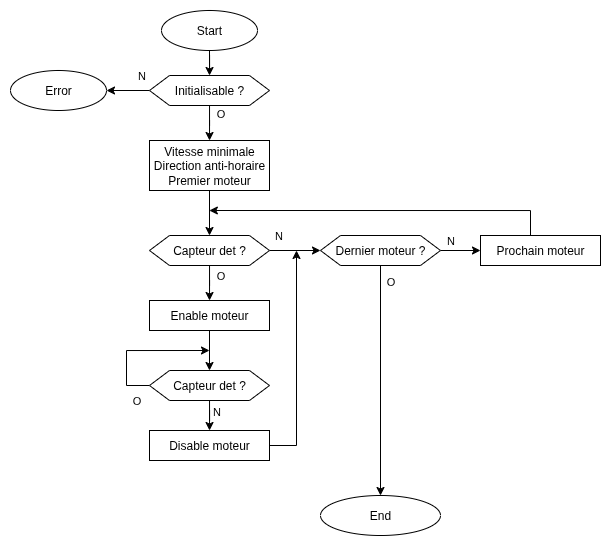
The draw.io diagram doc/images/init_sequence.drawio.png in Schokiiiiiiii/csn26, before a commit. Source tidied: cells renumbered, new cells last; positions are measured from the earlier drawing's top-left corner, leaving out a move shared by most shapes.
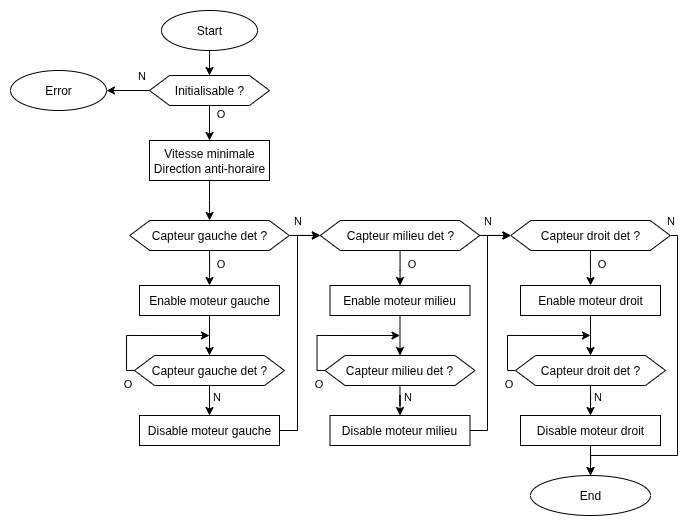
The same diagram one commit later.

What changed in the source:
```diff
@@ -11,121 +11,227 @@
     <mxCell id="4" style="edgeStyle=orthogonalEdgeStyle;rounded=0;jettySize=auto;html=1;" parent="1" edge="1" source="8" target="9">
       <mxGeometry relative="1" as="geometry" />
     </mxCell>
-    <mxCell id="5" value="N" style="edgeLabel;html=1;align=center;verticalAlign=middle;" parent="4" vertex="1">
-      <mxGeometry x="-0.56" y="2" relative="1" as="geometry">
-        <mxPoint x="1" y="-17" as="offset" />
-      </mxGeometry>
-    </mxCell>
-    <mxCell id="6" style="edgeStyle=orthogonalEdgeStyle;rounded=0;jettySize=auto;html=1;" parent="1" edge="1" source="8" target="33">
-      <mxGeometry relative="1" as="geometry" />
-    </mxCell>
-    <mxCell id="7" value="O" style="edgeLabel;html=1;align=center;verticalAlign=middle;" parent="6" vertex="1">
-      <mxGeometry x="-0.51" y="-1" relative="1" as="geometry">
-        <mxPoint x="12" y="-3" as="offset" />
-      </mxGeometry>
-    </mxCell>
+    <mxCell id="34" value="N" style="edgeLabel;html=1;align=center;verticalAlign=middle;" parent="4" vertex="1">
+      <mxGeometry x="-0.56" y="2" relative="1" as="geometry">
+        <mxPoint x="1" y="-17" as="offset" />
+      </mxGeometry>
+    </mxCell>
+    <mxCell id="35" style="edgeStyle=orthogonalEdgeStyle;rounded=0;jettySize=auto;html=1;" parent="1" edge="1" source="8" target="52">
+      <mxGeometry relative="1" as="geometry" />
+    </mxCell>
+    <mxCell id="36" value="O" style="edgeLabel;html=1;align=center;verticalAlign=middle;" parent="35" vertex="1">
+      <mxGeometry x="-0.51" y="-1" relative="1" as="geometry">
+        <mxPoint x="12" y="-3" as="offset" />
+      </mxGeometry>
+    </mxCell>
     <mxCell id="8" value="Initialisable ?" style="shape=hexagon;perimeter=hexagonPerimeter2;whiteSpace=wrap;html=1;fixedSize=1;" parent="1" vertex="1">
       <mxGeometry x="139" y="65" width="120" height="30" as="geometry" />
     </mxCell>
     <mxCell id="9" value="Error" style="ellipse;whiteSpace=wrap;html=1;" parent="1" vertex="1">
       <mxGeometry y="60" width="96" height="40" as="geometry" />
     </mxCell>
-    <mxCell id="10" style="edgeStyle=orthogonalEdgeStyle;rounded=0;jettySize=auto;html=1;" parent="1" edge="1" source="14" target="21">
-      <mxGeometry relative="1" as="geometry" />
-    </mxCell>
-    <mxCell id="11" value="N" style="edgeLabel;html=1;align=center;verticalAlign=middle;" parent="10" vertex="1">
-      <mxGeometry x="-0.76" y="-1" relative="1" as="geometry">
-        <mxPoint x="2" y="-16" as="offset" />
-      </mxGeometry>
-    </mxCell>
-    <mxCell id="12" style="edgeStyle=orthogonalEdgeStyle;rounded=0;jettySize=auto;html=1;" parent="1" edge="1" source="14" target="24">
-      <mxGeometry relative="1" as="geometry" />
-    </mxCell>
-    <mxCell id="13" value="O" style="edgeLabel;html=1;align=center;verticalAlign=middle;" parent="12" vertex="1">
-      <mxGeometry x="0.26" relative="1" as="geometry">
-        <mxPoint x="11" y="-9" as="offset" />
-      </mxGeometry>
-    </mxCell>
-    <mxCell id="14" value="Capteur det ?" style="shape=hexagon;perimeter=hexagonPerimeter2;whiteSpace=wrap;html=1;fixedSize=1;" parent="1" vertex="1">
-      <mxGeometry x="139" y="225" width="120" height="30" as="geometry" />
-    </mxCell>
-    <mxCell id="15" style="edgeStyle=orthogonalEdgeStyle;rounded=0;jettySize=auto;html=1;" parent="1" edge="1" source="16">
-      <mxGeometry relative="1" as="geometry">
-        <mxPoint x="198.9" y="200" as="targetPoint" />
-        <Array as="points">
-          <mxPoint x="520" y="200" />
-        </Array>
-      </mxGeometry>
-    </mxCell>
-    <mxCell id="16" value="Prochain moteur" style="rounded=0;whiteSpace=wrap;html=1;" parent="1" vertex="1">
-      <mxGeometry x="470" y="225" width="120" height="30" as="geometry" />
-    </mxCell>
-    <mxCell id="17" style="edgeStyle=orthogonalEdgeStyle;rounded=0;jettySize=auto;html=1;" parent="1" edge="1" source="21" target="22">
-      <mxGeometry relative="1" as="geometry" />
-    </mxCell>
-    <mxCell id="18" value="O" style="edgeLabel;html=1;align=center;verticalAlign=middle;" parent="17" vertex="1">
-      <mxGeometry x="-0.87" y="-1" relative="1" as="geometry">
-        <mxPoint x="11" as="offset" />
-      </mxGeometry>
-    </mxCell>
-    <mxCell id="19" style="edgeStyle=orthogonalEdgeStyle;rounded=0;jettySize=auto;html=1;" parent="1" edge="1" source="21" target="16">
-      <mxGeometry relative="1" as="geometry" />
-    </mxCell>
-    <mxCell id="20" value="N" style="edgeLabel;html=1;align=center;verticalAlign=middle;" parent="19" vertex="1">
-      <mxGeometry x="0.21" relative="1" as="geometry">
-        <mxPoint x="-14" y="-10" as="offset" />
-      </mxGeometry>
-    </mxCell>
-    <mxCell id="21" value="Dernier moteur ?" style="shape=hexagon;perimeter=hexagonPerimeter2;whiteSpace=wrap;html=1;fixedSize=1;" parent="1" vertex="1">
-      <mxGeometry x="310" y="225" width="120" height="30" as="geometry" />
-    </mxCell>
+    <mxCell id="37" style="edgeStyle=orthogonalEdgeStyle;rounded=0;jettySize=auto;html=1;" parent="1" edge="1" source="41">
+      <mxGeometry relative="1" as="geometry">
+        <mxPoint x="310" y="225" as="targetPoint" />
+      </mxGeometry>
+    </mxCell>
+    <mxCell id="38" value="N" style="edgeLabel;html=1;align=center;verticalAlign=middle;" parent="37" vertex="1">
+      <mxGeometry x="-0.76" y="-1" relative="1" as="geometry">
+        <mxPoint x="2" y="-16" as="offset" />
+      </mxGeometry>
+    </mxCell>
+    <mxCell id="39" style="edgeStyle=orthogonalEdgeStyle;rounded=0;jettySize=auto;html=1;" parent="1" edge="1" source="41" target="44">
+      <mxGeometry relative="1" as="geometry" />
+    </mxCell>
+    <mxCell id="40" value="O" style="edgeLabel;html=1;align=center;verticalAlign=middle;" parent="39" vertex="1">
+      <mxGeometry x="0.26" relative="1" as="geometry">
+        <mxPoint x="11" y="-9" as="offset" />
+      </mxGeometry>
+    </mxCell>
+    <mxCell id="41" value="Capteur gauche det ?" style="shape=hexagon;perimeter=hexagonPerimeter2;whiteSpace=wrap;html=1;fixedSize=1;" parent="1" vertex="1">
+      <mxGeometry x="119.2" y="210" width="159.5" height="30" as="geometry" />
+    </mxCell>
+    <mxCell id="42" style="edgeStyle=orthogonalEdgeStyle;rounded=0;jettySize=auto;html=1;" parent="1" edge="1" source="80" target="22">
+      <mxGeometry relative="1" as="geometry" />
+    </mxCell>
     <mxCell id="22" value="End" style="ellipse;whiteSpace=wrap;html=1;" parent="1" vertex="1">
-      <mxGeometry x="310" y="485" width="120" height="40" as="geometry" />
+      <mxGeometry x="520" y="465" width="120" height="40" as="geometry" />
     </mxCell>
-    <mxCell id="23" style="edgeStyle=orthogonalEdgeStyle;rounded=0;jettySize=auto;html=1;" parent="1" edge="1" source="24" target="29">
-      <mxGeometry relative="1" as="geometry" />
-    </mxCell>
-    <mxCell id="24" value="Enable moteur" style="rounded=0;whiteSpace=wrap;html=1;" parent="1" vertex="1">
-      <mxGeometry x="139" y="290" width="120" height="30" as="geometry" />
-    </mxCell>
-    <mxCell id="25" style="edgeStyle=orthogonalEdgeStyle;rounded=0;jettySize=auto;html=1;" parent="1" edge="1" source="29">
-      <mxGeometry relative="1" as="geometry">
-        <mxPoint x="199" y="340" as="targetPoint" />
-        <Array as="points">
-          <mxPoint x="116" y="375" />
-          <mxPoint x="116" y="340" />
-        </Array>
-      </mxGeometry>
-    </mxCell>
-    <mxCell id="26" value="O" style="edgeLabel;html=1;align=center;verticalAlign=middle;" parent="25" vertex="1">
-      <mxGeometry x="-0.81" y="-1" relative="1" as="geometry">
-        <mxPoint y="16" as="offset" />
-      </mxGeometry>
-    </mxCell>
-    <mxCell id="27" style="edgeStyle=orthogonalEdgeStyle;rounded=0;jettySize=auto;html=1;" parent="1" edge="1" source="29" target="31">
-      <mxGeometry relative="1" as="geometry" />
-    </mxCell>
-    <mxCell id="28" value="N" style="edgeLabel;html=1;align=center;verticalAlign=middle;" parent="27" vertex="1">
-      <mxGeometry x="-0.58" relative="1" as="geometry">
-        <mxPoint x="7" as="offset" />
-      </mxGeometry>
-    </mxCell>
-    <mxCell id="29" value="Capteur det ?" style="shape=hexagon;perimeter=hexagonPerimeter2;whiteSpace=wrap;html=1;fixedSize=1;" parent="1" vertex="1">
-      <mxGeometry x="139" y="360" width="120" height="30" as="geometry" />
-    </mxCell>
-    <mxCell id="30" style="edgeStyle=orthogonalEdgeStyle;rounded=0;jettySize=auto;html=1;" parent="1" edge="1" source="31">
-      <mxGeometry relative="1" as="geometry">
-        <mxPoint x="286" y="240" as="targetPoint" />
-      </mxGeometry>
-    </mxCell>
-    <mxCell id="31" value="Disable moteur" style="rounded=0;whiteSpace=wrap;html=1;" parent="1" vertex="1">
-      <mxGeometry x="139" y="420" width="120" height="30" as="geometry" />
-    </mxCell>
-    <mxCell id="32" style="edgeStyle=orthogonalEdgeStyle;rounded=0;jettySize=auto;html=1;" parent="1" edge="1" source="33" target="14">
-      <mxGeometry relative="1" as="geometry" />
-    </mxCell>
-    <mxCell id="33" value="&lt;div&gt;&lt;div&gt;Vitesse minimale&lt;/div&gt;&lt;div&gt;Direction anti-horaire&lt;/div&gt;&lt;/div&gt;&lt;div&gt;Premier moteur&lt;/div&gt;" style="rounded=0;whiteSpace=wrap;html=1;" parent="1" vertex="1">
-      <mxGeometry x="139" y="130" width="120" height="50" as="geometry" />
-    </mxCell>
+    <mxCell id="43" style="edgeStyle=orthogonalEdgeStyle;rounded=0;jettySize=auto;html=1;" parent="1" edge="1" source="44" target="49">
+      <mxGeometry relative="1" as="geometry" />
+    </mxCell>
+    <mxCell id="44" value="Enable moteur gauche" style="rounded=0;whiteSpace=wrap;html=1;" parent="1" vertex="1">
+      <mxGeometry x="129" y="275" width="140" height="30" as="geometry" />
+    </mxCell>
+    <mxCell id="45" style="edgeStyle=orthogonalEdgeStyle;rounded=0;jettySize=auto;html=1;" parent="1" edge="1" source="49">
+      <mxGeometry relative="1" as="geometry">
+        <mxPoint x="199" y="325" as="targetPoint" />
+        <Array as="points">
+          <mxPoint x="116" y="360" />
+          <mxPoint x="116" y="325" />
+        </Array>
+      </mxGeometry>
+    </mxCell>
+    <mxCell id="46" value="O" style="edgeLabel;html=1;align=center;verticalAlign=middle;" parent="45" vertex="1">
+      <mxGeometry x="-0.81" y="-1" relative="1" as="geometry">
+        <mxPoint y="16" as="offset" />
+      </mxGeometry>
+    </mxCell>
+    <mxCell id="47" style="edgeStyle=orthogonalEdgeStyle;rounded=0;jettySize=auto;html=1;" parent="1" edge="1" source="49">
+      <mxGeometry relative="1" as="geometry">
+        <mxPoint x="199" y="405" as="targetPoint" />
+      </mxGeometry>
+    </mxCell>
+    <mxCell id="48" value="N" style="edgeLabel;html=1;align=center;verticalAlign=middle;" parent="47" vertex="1">
+      <mxGeometry x="-0.58" relative="1" as="geometry">
+        <mxPoint x="7" as="offset" />
+      </mxGeometry>
+    </mxCell>
+    <mxCell id="49" value="Capteur gauche det ?" style="shape=hexagon;perimeter=hexagonPerimeter2;whiteSpace=wrap;html=1;fixedSize=1;" parent="1" vertex="1">
+      <mxGeometry x="124" y="345" width="150" height="30" as="geometry" />
+    </mxCell>
+    <mxCell id="50" style="edgeStyle=orthogonalEdgeStyle;rounded=0;jettySize=auto;html=1;entryX=0;entryY=0.5;entryDx=0;entryDy=0;" parent="1" edge="1" source="78" target="57">
+      <mxGeometry relative="1" as="geometry">
+        <Array as="points">
+          <mxPoint x="287" y="420" />
+          <mxPoint x="287" y="225" />
+        </Array>
+      </mxGeometry>
+    </mxCell>
+    <mxCell id="51" style="edgeStyle=orthogonalEdgeStyle;rounded=0;jettySize=auto;html=1;" parent="1" edge="1" source="52" target="41">
+      <mxGeometry relative="1" as="geometry" />
+    </mxCell>
+    <mxCell id="52" value="&lt;div&gt;&lt;div&gt;Vitesse minimale&lt;/div&gt;&lt;div&gt;Direction anti-horaire&lt;/div&gt;&lt;/div&gt;" style="rounded=0;whiteSpace=wrap;html=1;" parent="1" vertex="1">
+      <mxGeometry x="139" y="130" width="120" height="40" as="geometry" />
+    </mxCell>
+    <mxCell id="53" style="edgeStyle=orthogonalEdgeStyle;rounded=0;jettySize=auto;html=1;" parent="1" edge="1" source="57">
+      <mxGeometry relative="1" as="geometry">
+        <mxPoint x="500.5" y="225" as="targetPoint" />
+      </mxGeometry>
+    </mxCell>
+    <mxCell id="54" value="N" style="edgeLabel;html=1;align=center;verticalAlign=middle;" parent="53" vertex="1">
+      <mxGeometry x="-0.76" y="-1" relative="1" as="geometry">
+        <mxPoint x="2" y="-16" as="offset" />
+      </mxGeometry>
+    </mxCell>
+    <mxCell id="55" style="edgeStyle=orthogonalEdgeStyle;rounded=0;jettySize=auto;html=1;" parent="1" edge="1" source="57" target="59">
+      <mxGeometry relative="1" as="geometry" />
+    </mxCell>
+    <mxCell id="56" value="O" style="edgeLabel;html=1;align=center;verticalAlign=middle;" parent="55" vertex="1">
+      <mxGeometry x="0.26" relative="1" as="geometry">
+        <mxPoint x="11" y="-9" as="offset" />
+      </mxGeometry>
+    </mxCell>
+    <mxCell id="57" value="Capteur milieu det ?" style="shape=hexagon;perimeter=hexagonPerimeter2;whiteSpace=wrap;html=1;fixedSize=1;" parent="1" vertex="1">
+      <mxGeometry x="309.8" y="210" width="159.5" height="30" as="geometry" />
+    </mxCell>
+    <mxCell id="58" style="edgeStyle=orthogonalEdgeStyle;rounded=0;jettySize=auto;html=1;" parent="1" edge="1" source="59" target="64">
+      <mxGeometry relative="1" as="geometry" />
+    </mxCell>
+    <mxCell id="59" value="Enable moteur milieu" style="rounded=0;whiteSpace=wrap;html=1;" parent="1" vertex="1">
+      <mxGeometry x="319.5" y="275" width="140" height="30" as="geometry" />
+    </mxCell>
+    <mxCell id="60" style="edgeStyle=orthogonalEdgeStyle;rounded=0;jettySize=auto;html=1;" parent="1" edge="1" source="64">
+      <mxGeometry relative="1" as="geometry">
+        <mxPoint x="389.5" y="325" as="targetPoint" />
+        <Array as="points">
+          <mxPoint x="306.5" y="360" />
+          <mxPoint x="306.5" y="325" />
+        </Array>
+      </mxGeometry>
+    </mxCell>
+    <mxCell id="61" value="O" style="edgeLabel;html=1;align=center;verticalAlign=middle;" parent="60" vertex="1">
+      <mxGeometry x="-0.81" y="-1" relative="1" as="geometry">
+        <mxPoint y="16" as="offset" />
+      </mxGeometry>
+    </mxCell>
+    <mxCell id="62" style="edgeStyle=orthogonalEdgeStyle;rounded=0;jettySize=auto;html=1;" parent="1" edge="1" source="64">
+      <mxGeometry relative="1" as="geometry">
+        <mxPoint x="389.5" y="405" as="targetPoint" />
+      </mxGeometry>
+    </mxCell>
+    <mxCell id="63" value="N" style="edgeLabel;html=1;align=center;verticalAlign=middle;" parent="62" vertex="1">
+      <mxGeometry x="-0.58" relative="1" as="geometry">
+        <mxPoint x="7" as="offset" />
+      </mxGeometry>
+    </mxCell>
+    <mxCell id="64" value="Capteur milieu det ?" style="shape=hexagon;perimeter=hexagonPerimeter2;whiteSpace=wrap;html=1;fixedSize=1;" parent="1" vertex="1">
+      <mxGeometry x="314.5" y="345" width="150" height="30" as="geometry" />
+    </mxCell>
+    <mxCell id="65" style="edgeStyle=orthogonalEdgeStyle;rounded=0;jettySize=auto;html=1;entryX=0;entryY=0.5;entryDx=0;entryDy=0;" parent="1" edge="1" source="79" target="70">
+      <mxGeometry relative="1" as="geometry">
+        <Array as="points">
+          <mxPoint x="477" y="420" />
+          <mxPoint x="477" y="225" />
+        </Array>
+      </mxGeometry>
+    </mxCell>
+    <mxCell id="66" style="edgeStyle=orthogonalEdgeStyle;rounded=0;jettySize=auto;html=1;" parent="1" edge="1" source="70" target="22">
+      <mxGeometry relative="1" as="geometry">
+        <Array as="points">
+          <mxPoint x="667" y="225" />
+          <mxPoint x="667" y="445" />
+          <mxPoint x="580" y="445" />
+        </Array>
+      </mxGeometry>
+    </mxCell>
+    <mxCell id="67" value="N" style="edgeLabel;html=1;align=center;verticalAlign=middle;" parent="66" vertex="1">
+      <mxGeometry x="-0.76" y="-1" relative="1" as="geometry">
+        <mxPoint x="-6" y="-48" as="offset" />
+      </mxGeometry>
+    </mxCell>
+    <mxCell id="68" style="edgeStyle=orthogonalEdgeStyle;rounded=0;jettySize=auto;html=1;" parent="1" edge="1" source="70" target="72">
+      <mxGeometry relative="1" as="geometry" />
+    </mxCell>
+    <mxCell id="69" value="O" style="edgeLabel;html=1;align=center;verticalAlign=middle;" parent="68" vertex="1">
+      <mxGeometry x="0.26" relative="1" as="geometry">
+        <mxPoint x="11" y="-9" as="offset" />
+      </mxGeometry>
+    </mxCell>
+    <mxCell id="70" value="Capteur droit det ?" style="shape=hexagon;perimeter=hexagonPerimeter2;whiteSpace=wrap;html=1;fixedSize=1;" parent="1" vertex="1">
+      <mxGeometry x="500.2" y="210" width="159.5" height="30" as="geometry" />
+    </mxCell>
+    <mxCell id="71" style="edgeStyle=orthogonalEdgeStyle;rounded=0;jettySize=auto;html=1;" parent="1" edge="1" source="72" target="77">
+      <mxGeometry relative="1" as="geometry" />
+    </mxCell>
+    <mxCell id="72" value="Enable moteur droit" style="rounded=0;whiteSpace=wrap;html=1;" parent="1" vertex="1">
+      <mxGeometry x="510" y="275" width="140" height="30" as="geometry" />
+    </mxCell>
+    <mxCell id="73" style="edgeStyle=orthogonalEdgeStyle;rounded=0;jettySize=auto;html=1;" parent="1" edge="1" source="77">
+      <mxGeometry relative="1" as="geometry">
+        <mxPoint x="580" y="325" as="targetPoint" />
+        <Array as="points">
+          <mxPoint x="497" y="360" />
+          <mxPoint x="497" y="325" />
+        </Array>
+      </mxGeometry>
+    </mxCell>
+    <mxCell id="74" value="O" style="edgeLabel;html=1;align=center;verticalAlign=middle;" parent="73" vertex="1">
+      <mxGeometry x="-0.81" y="-1" relative="1" as="geometry">
+        <mxPoint y="16" as="offset" />
+      </mxGeometry>
+    </mxCell>
+    <mxCell id="75" style="edgeStyle=orthogonalEdgeStyle;rounded=0;jettySize=auto;html=1;" parent="1" edge="1" source="77">
+      <mxGeometry relative="1" as="geometry">
+        <mxPoint x="580" y="405" as="targetPoint" />
+      </mxGeometry>
+    </mxCell>
+    <mxCell id="76" value="N" style="edgeLabel;html=1;align=center;verticalAlign=middle;" parent="75" vertex="1">
+      <mxGeometry x="-0.58" relative="1" as="geometry">
+        <mxPoint x="7" as="offset" />
+      </mxGeometry>
+    </mxCell>
+    <mxCell id="77" value="Capteur droit&amp;nbsp;det ?" style="shape=hexagon;perimeter=hexagonPerimeter2;whiteSpace=wrap;html=1;fixedSize=1;" parent="1" vertex="1">
+      <mxGeometry x="505" y="345" width="150" height="30" as="geometry" />
+    </mxCell>
+    <mxCell id="78" value="Disable moteur gauche" style="rounded=0;whiteSpace=wrap;html=1;" parent="1" vertex="1">
+      <mxGeometry x="129" y="405" width="140" height="30" as="geometry" />
+    </mxCell>
+    <mxCell id="79" value="Disable moteur milieu" style="rounded=0;whiteSpace=wrap;html=1;" parent="1" vertex="1">
+      <mxGeometry x="319.5" y="405" width="140" height="30" as="geometry" />
+    </mxCell>
+    <mxCell id="80" value="Disable moteur droit" style="rounded=0;whiteSpace=wrap;html=1;" parent="1" vertex="1">
+      <mxGeometry x="510" y="405" width="140" height="30" as="geometry" />
+    </mxCell>
   </root>
 </mxGraphModel>
```
